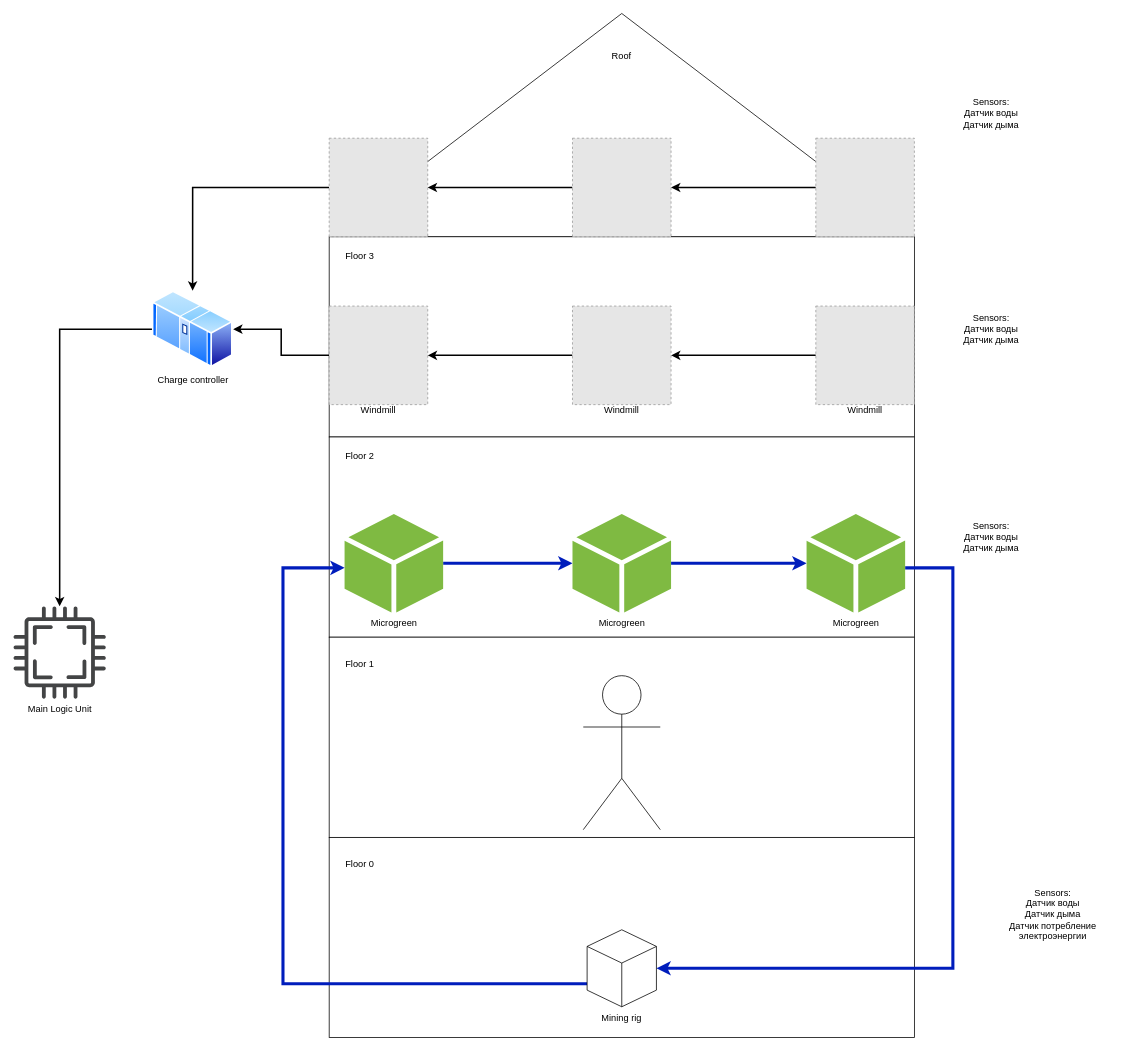
JPahr/HyperHouse keeps this draw.io diagram as HyperHouse.drawio. Above is the earlier version. Source tidied: cells renumbered, new cells numbered last; positions are measured from the earlier drawing's top-left corner, leaving out a move shared by most shapes. Both pictures are drawn from the tidied source at 77%, with x=0, y=0 at pixel (13, 13). Pictures stored in the file or linked from it are replaced by grey dashed boxes.
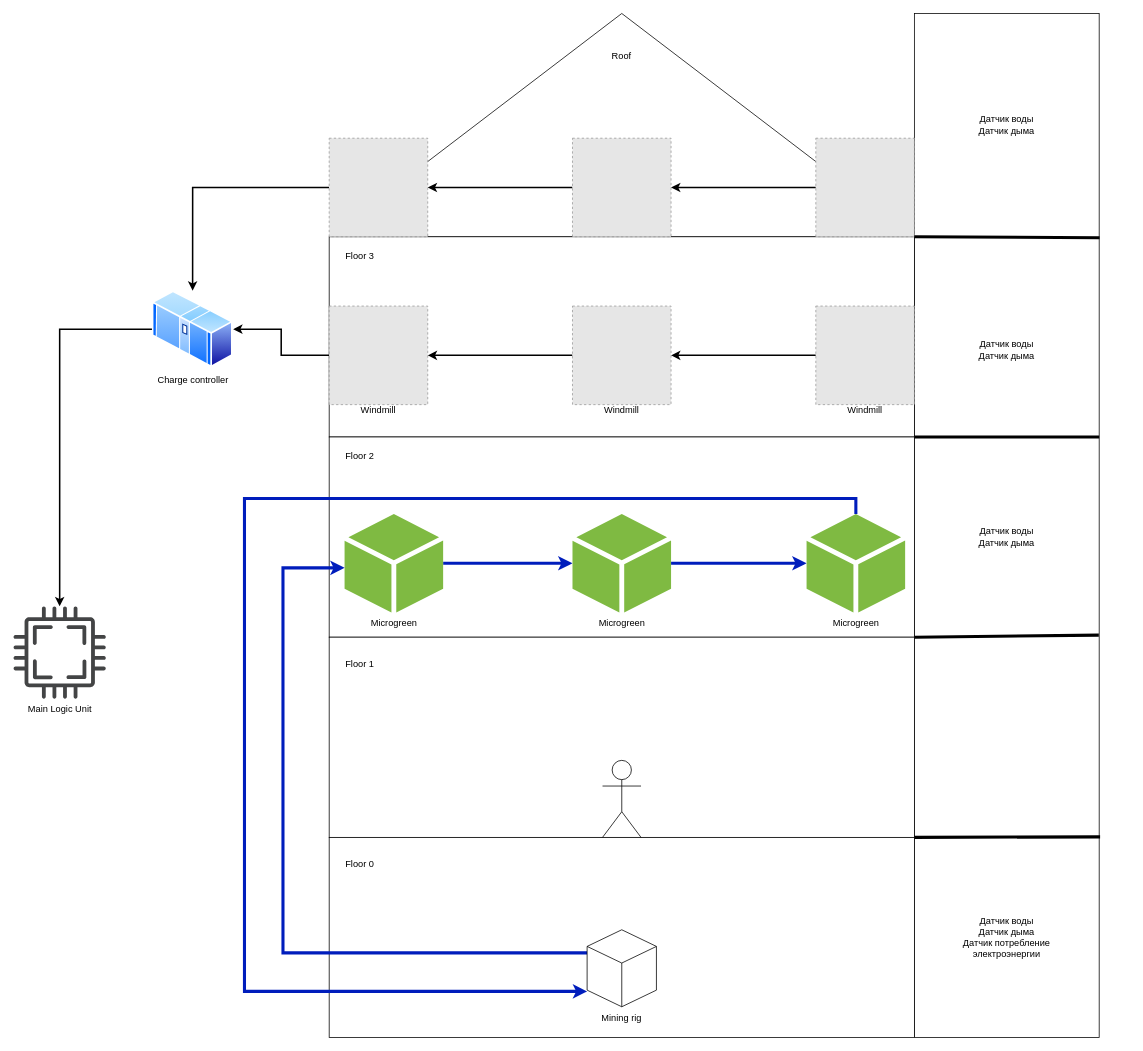
After the change.

Unchanged cells that the change refers to:
```xml
<mxCell id="3" style="whiteSpace=wrap;html=1;rounded=0;labelPosition=left;verticalLabelPosition=top;align=right;verticalAlign=bottom;" parent="1" vertex="1">
  <mxGeometry x="410" y="290" width="760" height="260" as="geometry" />
</mxCell>
<mxCell id="16" style="whiteSpace=wrap;html=1;rounded=0;" parent="1" vertex="1">
  <mxGeometry x="410" y="550" width="760" height="260" as="geometry" />
</mxCell>
<mxCell id="18" style="whiteSpace=wrap;html=1;rounded=0;" parent="1" vertex="1">
  <mxGeometry x="410" y="1070" width="760" height="260" as="geometry" />
</mxCell>
<mxCell id="20" value="Microgreen&lt;br&gt;" style="sketch=0;shadow=0;dashed=0;html=1;strokeColor=none;labelPosition=center;verticalLabelPosition=bottom;verticalAlign=top;outlineConnect=0;align=center;shape=mxgraph.office.concepts.node_generic;fillColor=#7FBA42;" parent="1" vertex="1">
  <mxGeometry x="430" y="650" width="128" height="128" as="geometry" />
</mxCell>
<mxCell id="24" value="Microgreen" style="sketch=0;shadow=0;dashed=0;html=1;strokeColor=none;labelPosition=center;verticalLabelPosition=bottom;verticalAlign=top;outlineConnect=0;align=center;shape=mxgraph.office.concepts.node_generic;fillColor=#7FBA42;" parent="1" vertex="1">
  <mxGeometry x="1030" y="650" width="128" height="128" as="geometry" />
</mxCell>
<mxCell id="27" style="html=1;whiteSpace=wrap;shape=isoCube2;backgroundOutline=1;isoAngle=15;" parent="1" vertex="1">
  <mxGeometry x="745" y="1190" width="90" height="100" as="geometry" />
</mxCell>
```

Change to the diagram source:
```diff
@@
+    <mxCell id="44" style="rounded=0;whiteSpace=wrap;html=1;" parent="1" vertex="1">
+      <mxGeometry x="1170" width="240" height="1330" as="geometry" />
+    </mxCell>
@@
-    <mxCell id="23" style="edgeStyle=orthogonalEdgeStyle;rounded=0;jettySize=auto;html=1;entryX=1;entryY=0.5;entryDx=0;entryDy=0;entryPerimeter=0;fillColor=#0050ef;strokeColor=#001DBC;strokeWidth=4;" parent="1" edge="1" source="24" target="27">
+    <mxCell id="23" style="edgeStyle=orthogonalEdgeStyle;rounded=0;jettySize=auto;html=1;strokeWidth=4;fillColor=#0050ef;strokeColor=#001DBC;" parent="1" edge="1" source="24" target="27">
       <mxGeometry relative="1" as="geometry">
         <Array as="points">
-          <mxPoint x="1220" y="720" />
-          <mxPoint x="1220" y="1240" />
+          <mxPoint x="1094" y="630" />
+          <mxPoint x="300" y="630" />
+          <mxPoint x="300" y="1270" />
         </Array>
       </mxGeometry>
     </mxCell>
@@
     <mxCell id="25" style="shape=umlActor;verticalLabelPosition=bottom;verticalAlign=top;html=1;" parent="1" vertex="1">
-      <mxGeometry x="740" y="860" width="100" height="200" as="geometry" />
+      <mxGeometry x="765" y="970" width="50" height="100" as="geometry" />
     </mxCell>
     <mxCell id="26" style="edgeStyle=orthogonalEdgeStyle;rounded=0;jettySize=auto;html=1;fillColor=#0050ef;strokeColor=#001DBC;strokeWidth=4;" parent="1" edge="1" source="27" target="20">
       <mxGeometry relative="1" as="geometry">
         <Array as="points">
-          <mxPoint x="350" y="1260" />
+          <mxPoint x="350" y="1220" />
           <mxPoint x="350" y="720" />
         </Array>
       </mxGeometry>
     </mxCell>
@@
-    <mxCell id="39" value="Sensors:&lt;br&gt;Датчик воды&lt;br&gt;Датчик дыма" style="text;html=1;strokeColor=none;fillColor=none;align=center;verticalAlign=middle;whiteSpace=wrap;rounded=0;" parent="1" vertex="1">
-      <mxGeometry x="1170" y="640" width="200" height="80" as="geometry" />
+    <mxCell id="39" value="Датчик воды&lt;br&gt;Датчик дыма" style="text;html=1;strokeColor=none;fillColor=none;align=center;verticalAlign=middle;whiteSpace=wrap;rounded=0;" parent="1" vertex="1">
+      <mxGeometry x="1190" y="640" width="200" height="80" as="geometry" />
     </mxCell>
-    <mxCell id="40" value="Sensors:&lt;br&gt;Датчик воды&lt;br&gt;Датчик дыма&lt;br&gt;Датчик потребление электроэнергии" style="text;html=1;strokeColor=none;fillColor=none;align=center;verticalAlign=middle;whiteSpace=wrap;rounded=0;" parent="1" vertex="1">
-      <mxGeometry x="1250" y="1130" width="200" height="80" as="geometry" />
+    <mxCell id="40" value="Датчик воды&lt;br&gt;Датчик дыма&lt;br&gt;Датчик потребление электроэнергии" style="text;html=1;strokeColor=none;fillColor=none;align=center;verticalAlign=middle;whiteSpace=wrap;rounded=0;" parent="1" vertex="1">
+      <mxGeometry x="1190" y="1160" width="200" height="80" as="geometry" />
     </mxCell>
-    <mxCell id="41" value="Sensors:&lt;br&gt;Датчик воды&lt;br&gt;Датчик дыма" style="text;html=1;strokeColor=none;fillColor=none;align=center;verticalAlign=middle;whiteSpace=wrap;rounded=0;" parent="1" vertex="1">
-      <mxGeometry x="1170" y="370" width="200" height="80" as="geometry" />
+    <mxCell id="41" value="&lt;br&gt;Датчик воды&lt;br&gt;Датчик дыма" style="text;html=1;strokeColor=none;fillColor=none;align=center;verticalAlign=middle;whiteSpace=wrap;rounded=0;" parent="1" vertex="1">
+      <mxGeometry x="1190" y="390" width="200" height="80" as="geometry" />
     </mxCell>
@@
-    <mxCell id="43" value="Sensors:&lt;br&gt;Датчик воды&lt;br&gt;Датчик дыма" style="text;html=1;strokeColor=none;fillColor=none;align=center;verticalAlign=middle;whiteSpace=wrap;rounded=0;" parent="1" vertex="1">
-      <mxGeometry x="1170" y="90" width="200" height="80" as="geometry" />
+    <mxCell id="43" value="Датчик воды&lt;br&gt;Датчик дыма" style="text;html=1;strokeColor=none;fillColor=none;align=center;verticalAlign=middle;whiteSpace=wrap;rounded=0;" parent="1" vertex="1">
+      <mxGeometry x="1190" y="105" width="200" height="80" as="geometry" />
     </mxCell>
+    <mxCell id="45" style="endArrow=none;html=1;rounded=0;strokeWidth=4;entryX=1;entryY=0;entryDx=0;entryDy=0;exitX=1.002;exitY=0.219;exitDx=0;exitDy=0;exitPerimeter=0;" parent="1" edge="1" source="44" target="3">
+      <mxGeometry relative="1" as="geometry" />
+    </mxCell>
+    <mxCell id="46" style="endArrow=none;html=1;rounded=0;strokeWidth=4;entryX=1;entryY=1;entryDx=0;entryDy=0;" parent="1" edge="1" target="3">
+      <mxGeometry relative="1" as="geometry">
+        <mxPoint x="1410" y="550" as="sourcePoint" />
+      </mxGeometry>
+    </mxCell>
+    <mxCell id="47" style="endArrow=none;html=1;rounded=0;strokeWidth=4;entryX=1;entryY=1;entryDx=0;entryDy=0;exitX=0.998;exitY=0.607;exitDx=0;exitDy=0;exitPerimeter=0;" parent="1" edge="1" source="44" target="16">
+      <mxGeometry relative="1" as="geometry" />
+    </mxCell>
+    <mxCell id="48" style="endArrow=none;html=1;rounded=0;strokeWidth=4;entryX=1;entryY=0;entryDx=0;entryDy=0;exitX=1.005;exitY=0.804;exitDx=0;exitDy=0;exitPerimeter=0;" parent="1" edge="1" source="44" target="18">
+      <mxGeometry relative="1" as="geometry" />
+    </mxCell>
```
